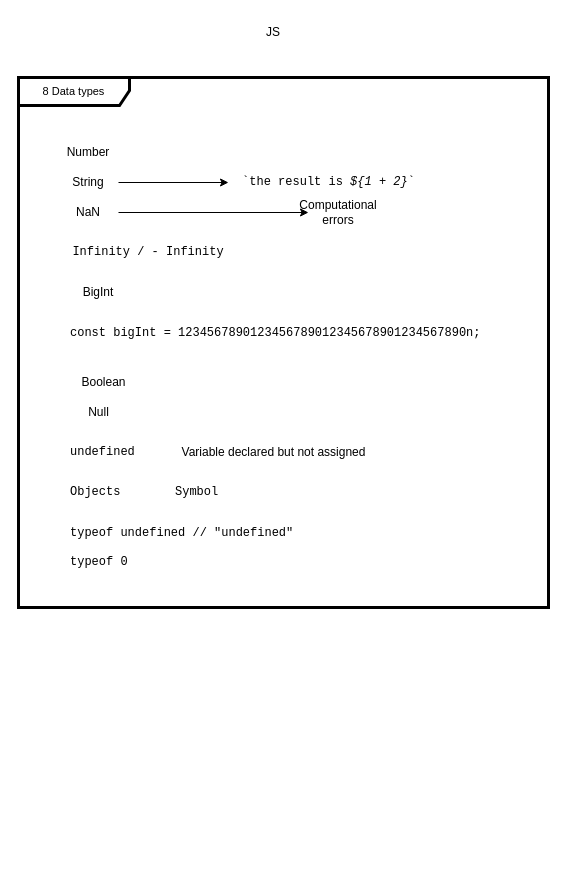
Before: azure/fundamentals/js.drawio in sunnybharne/draw.io, a draw.io diagram. Source tidied: cells renumbered, new cells numbered last; positions are measured from the earlier drawing's top-left corner, leaving out a move shared by most shapes. Both pictures are drawn from the tidied source at 100%, with x=0, y=0 at pixel (18, 17).
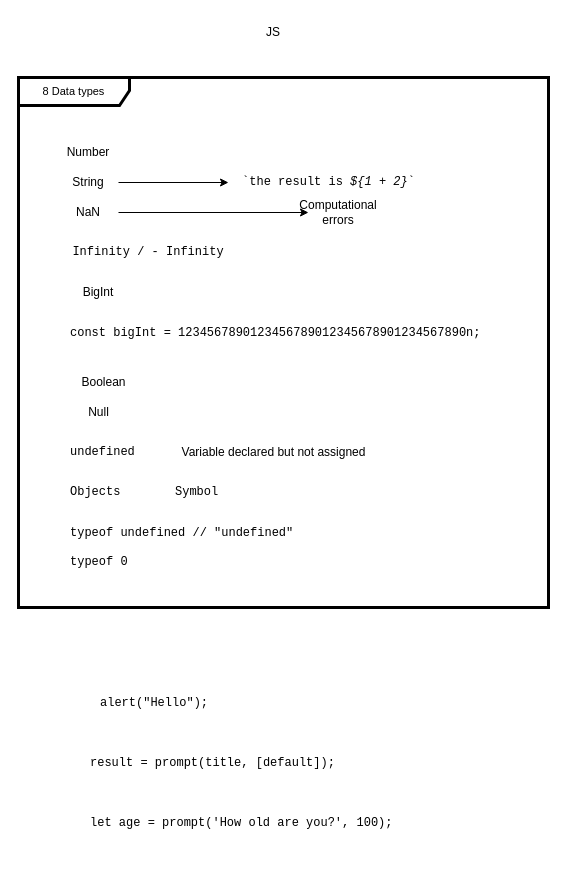
The same page after the edit.

Diff of the diagram source:
```diff
@@
+    <mxCell id="21" value="&lt;pre class=&quot;line-numbers language-javascript&quot; tabindex=&quot;0&quot;&gt;&lt;code class=&quot;language-javascript&quot;&gt;&lt;code class=&quot;token function&quot;&gt;alert&lt;/code&gt;&lt;code class=&quot;token punctuation&quot;&gt;(&lt;/code&gt;&lt;code class=&quot;token string&quot;&gt;&quot;Hello&quot;&lt;/code&gt;&lt;code class=&quot;token punctuation&quot;&gt;)&lt;/code&gt;&lt;code class=&quot;token punctuation&quot;&gt;;&lt;/code&gt;&lt;/code&gt;&lt;/pre&gt;" style="text;whiteSpace=wrap;html=1;" parent="1" vertex="1">
+      <mxGeometry x="80" y="660" width="140" height="60" as="geometry" />
+    </mxCell>
+    <mxCell id="22" value="&lt;pre class=&quot;line-numbers language-javascript&quot; tabindex=&quot;0&quot;&gt;&lt;code class=&quot;language-javascript&quot;&gt;result &lt;code class=&quot;token operator&quot;&gt;=&lt;/code&gt; &lt;code class=&quot;token function&quot;&gt;prompt&lt;/code&gt;&lt;code class=&quot;token punctuation&quot;&gt;(&lt;/code&gt;title&lt;code class=&quot;token punctuation&quot;&gt;,&lt;/code&gt; &lt;code class=&quot;token punctuation&quot;&gt;[&lt;/code&gt;&lt;code class=&quot;token keyword&quot;&gt;default&lt;/code&gt;&lt;code class=&quot;token punctuation&quot;&gt;]&lt;/code&gt;&lt;code class=&quot;token punctuation&quot;&gt;)&lt;/code&gt;&lt;code class=&quot;token punctuation&quot;&gt;;&lt;/code&gt;&lt;/code&gt;&lt;/pre&gt;" style="text;whiteSpace=wrap;html=1;" parent="1" vertex="1">
+      <mxGeometry x="70" y="720" width="280" height="60" as="geometry" />
+    </mxCell>
+    <mxCell id="23" value="&lt;pre class=&quot;line-numbers language-javascript&quot; tabindex=&quot;0&quot;&gt;&lt;code class=&quot;language-javascript&quot;&gt;&lt;code class=&quot;token keyword&quot;&gt;let&lt;/code&gt; age &lt;code class=&quot;token operator&quot;&gt;=&lt;/code&gt; &lt;code class=&quot;token function&quot;&gt;prompt&lt;/code&gt;&lt;code class=&quot;token punctuation&quot;&gt;(&lt;/code&gt;&lt;code class=&quot;token string&quot;&gt;'How old are you?'&lt;/code&gt;&lt;code class=&quot;token punctuation&quot;&gt;,&lt;/code&gt; &lt;code class=&quot;token number&quot;&gt;100&lt;/code&gt;&lt;code class=&quot;token punctuation&quot;&gt;)&lt;/code&gt;&lt;code class=&quot;token punctuation&quot;&gt;;&lt;/code&gt;&lt;/code&gt;&lt;/pre&gt;" style="text;whiteSpace=wrap;html=1;" parent="1" vertex="1">
+      <mxGeometry x="70" y="780" width="340" height="60" as="geometry" />
+    </mxCell>
```
